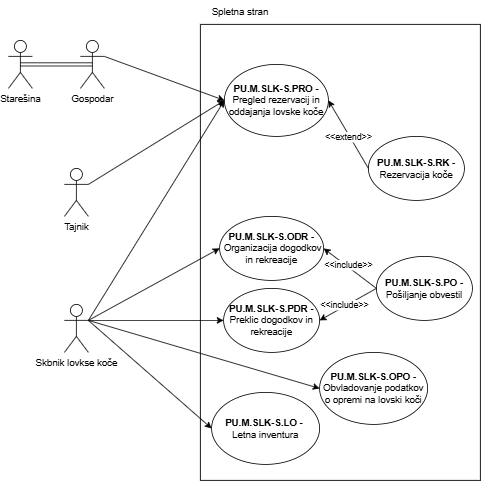
The draw.io diagram Skrbnistvo lovskih koc-Spletna aplikacija.drawio.png in ErnestISv/Lovstvo, before a commit. Source tidied: cells renumbered, new cells last; positions are measured from the earlier drawing's top-left corner, leaving out a move shared by most shapes.
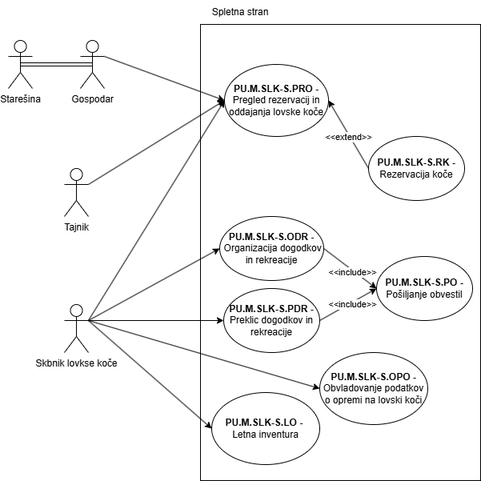
After the commit.

Diff of the diagram source:
```diff
@@ -29,13 +29,13 @@
     <mxCell id="10" style="endArrow=classic;html=1;rounded=0;exitX=1;exitY=0.3333333333333333;exitDx=0;exitDy=0;entryX=0;entryY=0.5;entryDx=0;entryDy=0;exitPerimeter=0;" parent="1" edge="1" source="3" target="5">
       <mxGeometry relative="1" as="geometry" />
     </mxCell>
-    <mxCell id="11" style="endArrow=classic;html=1;rounded=0;entryX=1;entryY=0.5;entryDx=0;entryDy=0;exitX=0;exitY=0.5;exitDx=0;exitDy=0;" parent="1" edge="1" source="8" target="5">
+    <mxCell id="11" style="endArrow=classic;html=1;rounded=0;exitX=1;exitY=0.5;exitDx=0;exitDy=0;entryX=0;entryY=0.5;entryDx=0;entryDy=0;" parent="1" edge="1" source="5" target="8">
       <mxGeometry relative="1" as="geometry" />
     </mxCell>
     <mxCell id="12" value="&amp;lt;&amp;lt;include&amp;gt;&amp;gt;" style="edgeLabel;html=1;align=center;verticalAlign=middle;" parent="11" vertex="1">
       <mxGeometry x="0.11" y="-2" relative="1" as="geometry" />
     </mxCell>
-    <mxCell id="13" style="endArrow=classic;html=1;rounded=0;entryX=1;entryY=0.5;entryDx=0;entryDy=0;exitX=0;exitY=0.5;exitDx=0;exitDy=0;" parent="1" edge="1" source="8" target="6">
+    <mxCell id="13" style="endArrow=classic;html=1;rounded=0;exitX=1;exitY=0.5;exitDx=0;exitDy=0;entryX=0;entryY=0.5;entryDx=0;entryDy=0;" parent="1" edge="1" source="6" target="8">
       <mxGeometry relative="1" as="geometry" />
     </mxCell>
     <mxCell id="14" value="&amp;lt;&amp;lt;include&amp;gt;&amp;gt;" style="edgeLabel;html=1;align=center;verticalAlign=middle;" parent="13" vertex="1">
```
